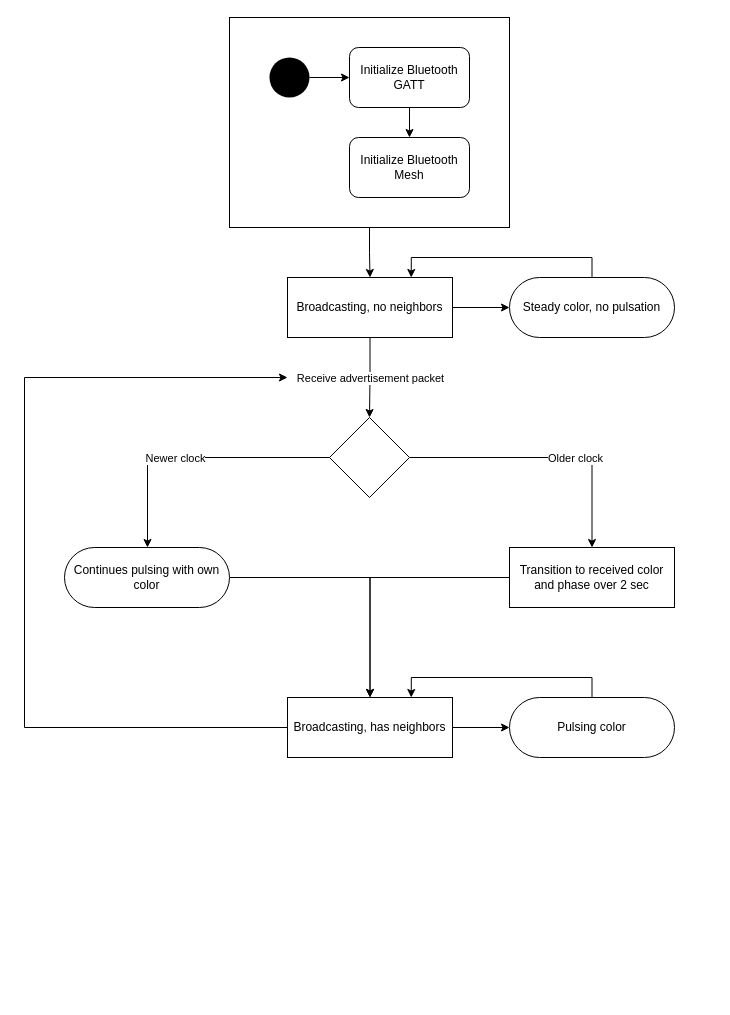
Before: Swarm state machine.drawio in aberke/city-science-bike-swarm, a draw.io diagram. Source tidied: cells renumbered, new cells numbered last; positions are measured from the earlier drawing's top-left corner, leaving out a move shared by most shapes. Both pictures are drawn from the tidied source at 100%, with x=0, y=0 at pixel (24, 17).
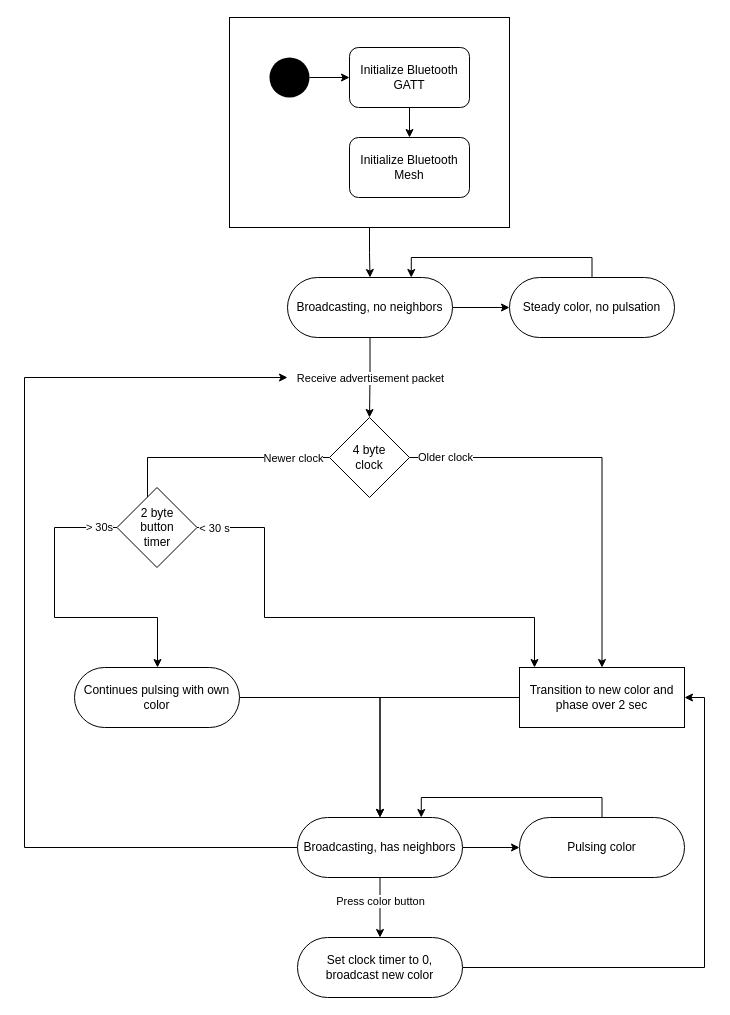
The same page after the edit.

The change refers to these unchanged cells:
```xml
<mxCell id="13" style="edgeStyle=orthogonalEdgeStyle;rounded=0;jettySize=auto;html=1;" parent="1" edge="1" source="17" target="19">
  <mxGeometry relative="1" as="geometry" />
</mxCell>
```

Change to the diagram source:
```diff
@@
-    <mxCell id="12" value="Broadcasting, no neighbors" style="rounded=0;whiteSpace=wrap;html=1;fillColor=#FFFFFF;" parent="1" vertex="1">
+    <mxCell id="12" value="Broadcasting, no neighbors" style="rounded=1;whiteSpace=wrap;html=1;fillColor=#FFFFFF;arcSize=50;" parent="1" vertex="1">
       <mxGeometry x="263" y="260" width="165" height="60" as="geometry" />
     </mxCell>
@@
     <mxCell id="14" value="Older clock" style="edgeLabel;html=1;align=center;verticalAlign=middle;" parent="13" vertex="1">
       <mxGeometry x="0.12" relative="1" as="geometry">
-        <mxPoint x="12" as="offset" />
+        <mxPoint x="-157" y="-33" as="offset" />
       </mxGeometry>
     </mxCell>
-    <mxCell id="15" style="edgeStyle=orthogonalEdgeStyle;rounded=0;jettySize=auto;html=1;" parent="1" edge="1" source="17" target="21">
+    <mxCell id="15" style="edgeStyle=orthogonalEdgeStyle;rounded=0;jettySize=auto;html=1;entryX=0.5;entryY=0;entryDx=0;entryDy=0;" parent="1" edge="1" source="17" target="35">
       <mxGeometry relative="1" as="geometry">
         <Array as="points">
           <mxPoint x="123" y="440" />
+          <mxPoint x="123" y="510" />
         </Array>
       </mxGeometry>
     </mxCell>
     <mxCell id="16" value="Newer clock" style="edgeLabel;html=1;align=center;verticalAlign=middle;" parent="15" vertex="1">
-      <mxGeometry x="0.3" y="4" relative="1" as="geometry">
-        <mxPoint x="22" y="-4" as="offset" />
+      <mxGeometry x="-0.84" y="3" relative="1" as="geometry">
+        <mxPoint x="-13" y="-3" as="offset" />
       </mxGeometry>
     </mxCell>
-    <mxCell id="17" style="rhombus;whiteSpace=wrap;html=1;fillColor=#FFFFFF;" parent="1" vertex="1">
+    <mxCell id="17" value="4 byte &lt;br&gt;clock" style="rhombus;whiteSpace=wrap;html=1;fillColor=#FFFFFF;" parent="1" vertex="1">
       <mxGeometry x="305" y="400" width="80" height="80" as="geometry" />
     </mxCell>
@@
-    <mxCell id="19" value="Transition to received color and phase over 2 sec" style="rounded=0;whiteSpace=wrap;html=1;fillColor=#FFFFFF;" parent="1" vertex="1">
-      <mxGeometry x="485" y="530" width="165" height="60" as="geometry" />
+    <mxCell id="19" value="Transition to new color and phase over 2 sec" style="rounded=0;whiteSpace=wrap;html=1;fillColor=#FFFFFF;" parent="1" vertex="1">
+      <mxGeometry x="495" y="650" width="165" height="60" as="geometry" />
     </mxCell>
@@
     <mxCell id="21" value="Continues pulsing with own color" style="rounded=1;whiteSpace=wrap;html=1;fillColor=#FFFFFF;arcSize=50;" parent="1" vertex="1">
-      <mxGeometry x="40" y="530" width="165" height="60" as="geometry" />
+      <mxGeometry x="50" y="650" width="165" height="60" as="geometry" />
     </mxCell>
-    <mxCell id="22" style="edgeStyle=orthogonalEdgeStyle;rounded=0;jettySize=auto;html=1;" parent="1" edge="1" source="24">
+    <mxCell id="22" style="edgeStyle=orthogonalEdgeStyle;rounded=0;jettySize=auto;html=1;exitX=0;exitY=0.5;exitDx=0;exitDy=0;" parent="1" edge="1" source="24">
       <mxGeometry relative="1" as="geometry">
         <mxPoint x="263" y="360" as="targetPoint" />
         <Array as="points">
-          <mxPoint y="710" />
+          <mxPoint y="830" />
           <mxPoint y="360" />
         </Array>
       </mxGeometry>
     </mxCell>
@@
+    <mxCell id="29" style="edgeStyle=orthogonalEdgeStyle;rounded=0;jettySize=auto;html=1;exitX=0.5;exitY=1;exitDx=0;exitDy=0;" parent="1" edge="1" source="24" target="37">
+      <mxGeometry relative="1" as="geometry" />
+    </mxCell>
+    <mxCell id="30" value="Press color button" style="edgeLabel;html=1;align=center;verticalAlign=middle;" parent="29" vertex="1">
+      <mxGeometry x="-0.31" y="2" relative="1" as="geometry">
+        <mxPoint x="-2" y="2" as="offset" />
+      </mxGeometry>
+    </mxCell>
-    <mxCell id="24" value="Broadcasting, has neighbors" style="rounded=0;whiteSpace=wrap;html=1;fillColor=#FFFFFF;" parent="1" vertex="1">
-      <mxGeometry x="263" y="680" width="165" height="60" as="geometry" />
+    <mxCell id="24" value="Broadcasting, has neighbors" style="rounded=1;whiteSpace=wrap;html=1;fillColor=#FFFFFF;arcSize=50;" parent="1" vertex="1">
+      <mxGeometry x="273" y="800" width="165" height="60" as="geometry" />
     </mxCell>
@@
     <mxCell id="27" style="edgeStyle=orthogonalEdgeStyle;rounded=0;jettySize=auto;html=1;entryX=0.75;entryY=0;entryDx=0;entryDy=0;" parent="1" edge="1" source="28" target="24">
       <mxGeometry relative="1" as="geometry">
         <Array as="points">
-          <mxPoint x="568" y="660" />
-          <mxPoint x="387" y="660" />
+          <mxPoint x="578" y="780" />
+          <mxPoint x="397" y="780" />
         </Array>
       </mxGeometry>
     </mxCell>
     <mxCell id="28" value="Pulsing color" style="rounded=1;whiteSpace=wrap;html=1;fillColor=#FFFFFF;arcSize=50;" parent="1" vertex="1">
-      <mxGeometry x="485" y="680" width="165" height="60" as="geometry" />
+      <mxGeometry x="495" y="800" width="165" height="60" as="geometry" />
     </mxCell>
+    <mxCell id="31" style="edgeStyle=orthogonalEdgeStyle;rounded=0;jettySize=auto;html=1;exitX=0;exitY=0.5;exitDx=0;exitDy=0;" parent="1" edge="1" source="35" target="21">
+      <mxGeometry relative="1" as="geometry">
+        <Array as="points">
+          <mxPoint x="30" y="510" />
+          <mxPoint x="30" y="600" />
+          <mxPoint x="133" y="600" />
+        </Array>
+      </mxGeometry>
+    </mxCell>
+    <mxCell id="32" value="&amp;gt; 30s" style="edgeLabel;html=1;align=center;verticalAlign=middle;" parent="31" vertex="1">
+      <mxGeometry x="-0.88" y="-1" relative="1" as="geometry" />
+    </mxCell>
+    <mxCell id="33" style="edgeStyle=orthogonalEdgeStyle;rounded=0;jettySize=auto;html=1;exitX=1;exitY=0.5;exitDx=0;exitDy=0;" parent="1" edge="1" source="35" target="19">
+      <mxGeometry relative="1" as="geometry">
+        <Array as="points">
+          <mxPoint x="240" y="510" />
+          <mxPoint x="240" y="600" />
+          <mxPoint x="510" y="600" />
+        </Array>
+      </mxGeometry>
+    </mxCell>
+    <mxCell id="34" value="&amp;lt; 30 s" style="edgeLabel;html=1;align=center;verticalAlign=middle;" parent="33" vertex="1">
+      <mxGeometry x="-0.73" y="1" relative="1" as="geometry">
+        <mxPoint x="-47" y="1" as="offset" />
+      </mxGeometry>
+    </mxCell>
+    <mxCell id="35" value="2 byte&lt;br&gt;button &lt;br&gt;timer" style="rhombus;whiteSpace=wrap;html=1;fillColor=#FFFFFF;" parent="1" vertex="1">
+      <mxGeometry x="92.5" y="470" width="80" height="80" as="geometry" />
+    </mxCell>
+    <mxCell id="36" style="edgeStyle=orthogonalEdgeStyle;rounded=0;jettySize=auto;html=1;entryX=1;entryY=0.5;entryDx=0;entryDy=0;" parent="1" edge="1" source="37" target="19">
+      <mxGeometry relative="1" as="geometry" />
+    </mxCell>
+    <mxCell id="37" value="Set clock timer to 0, &lt;br&gt;broadcast new color" style="rounded=1;whiteSpace=wrap;html=1;fillColor=#FFFFFF;arcSize=50;" parent="1" vertex="1">
+      <mxGeometry x="273" y="920" width="165" height="60" as="geometry" />
+    </mxCell>
```
